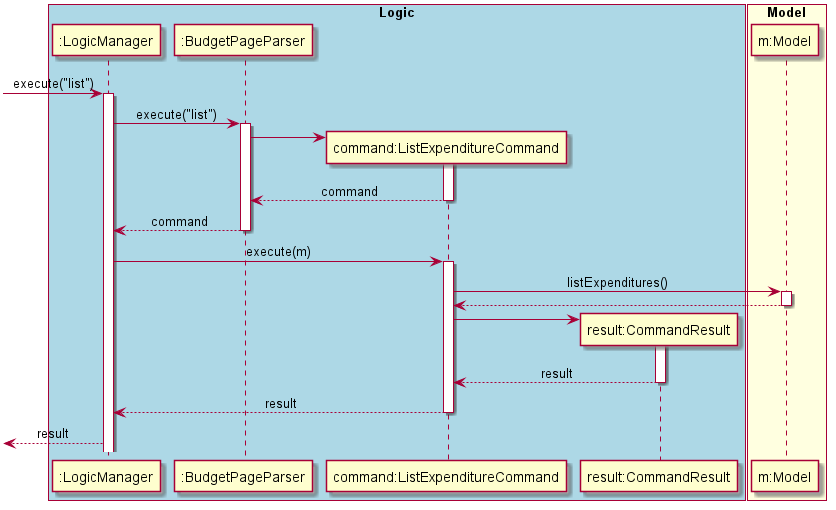
Above: docs/diagrams/commandsPlantUML/diagram/ListExpenditureCommand.png in yu-ming-chen/tp (PlantUML), before the change.
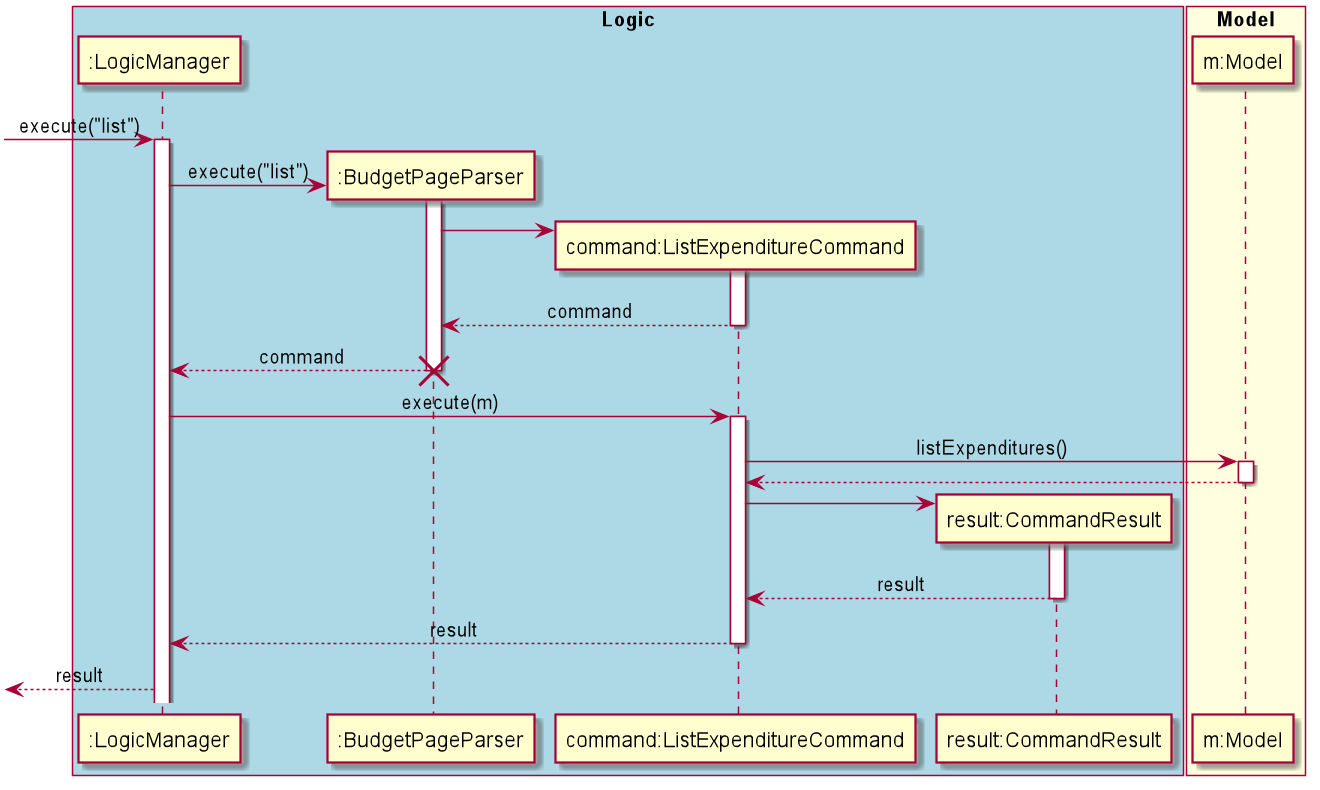
Above is the later version.

Change to the diagram source:
```diff
@@ -15,7 +15,9 @@
 
 [-> LM : execute("list")
 activate LM
+create BPP
 LM -> BPP : execute("list")
+
 activate BPP
 
 create LEC
@@ -26,6 +28,7 @@
 
 LM <-- BPP : command
 deactivate BPP
+destroy BPP
 LM -> LEC : execute(m)
 activate LEC
 
```
